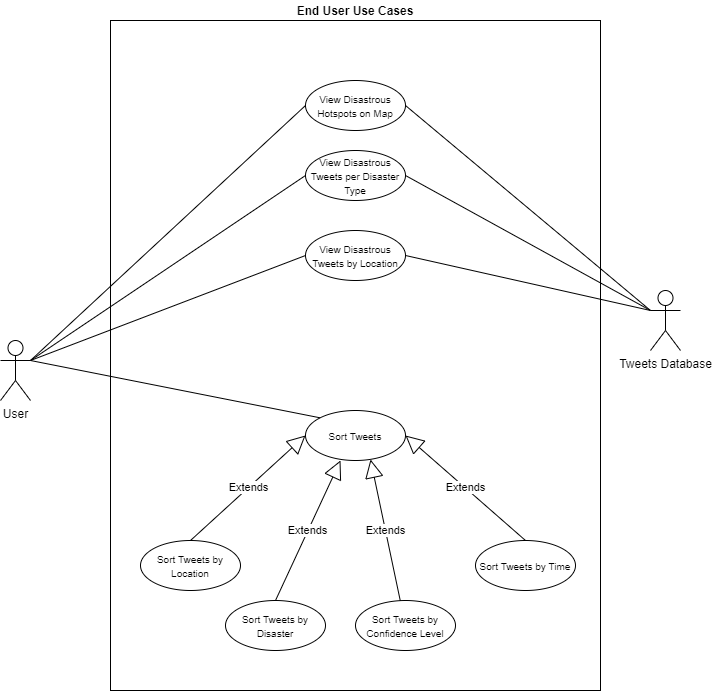
This is _media/usecases/enduser.png from Lassonde-Cardinals/dbuster-docs, a draw.io export, as it was before one commit. Source tidied: cells renumbered, new cells last; positions are measured from the earlier drawing's top-left corner, leaving out a move shared by most shapes.
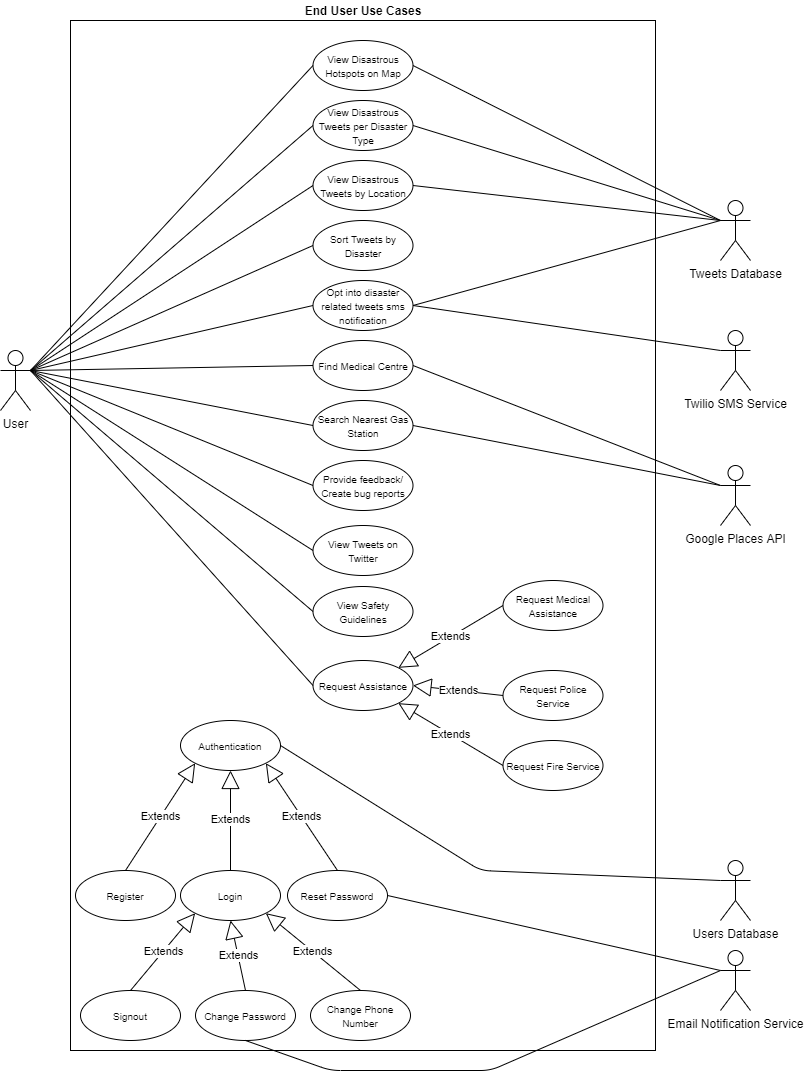
Above is the later version.

Commit message:
updated use case diagram

The edit, as a diff of the source:
```diff
@@ -3,73 +3,190 @@
     <mxCell id="0" />
     <mxCell id="1" parent="0" />
     <mxCell id="2" value="&lt;span style=&quot;color: rgba(0 , 0 , 0 , 0) ; font-family: monospace ; font-size: 0px&quot;&gt;%3CmxGraphModel%3E%3Croot%3E%3CmxCell%20id%3D%220%22%2F%3E%3CmxCell%20id%3D%221%22%20parent%3D%220%22%2F%3E%3CmxCell%20id%3D%222%22%20value%3D%22Actor%22%20style%3D%22shape%3DumlActor%3BverticalLabelPosition%3Dbottom%3BverticalAlign%3Dtop%3Bhtml%3D1%3B%22%20vertex%3D%221%22%20parent%3D%221%22%3E%3CmxGeometry%20x%3D%22-1180%22%20y%3D%22-227%22%20width%3D%2230%22%20height%3D%2260%22%20as%3D%22geometry%22%2F%3E%3C%2FmxCell%3E%3C%2Froot%3E%3C%2FmxGraphModel%3E&lt;/span&gt;" style="rounded=0;whiteSpace=wrap;html=1;" parent="1" vertex="1">
-      <mxGeometry x="110" y="20" width="490" height="670" as="geometry" />
+      <mxGeometry x="15" y="-140" width="585" height="1030" as="geometry" />
     </mxCell>
     <mxCell id="3" value="User" style="shape=umlActor;verticalLabelPosition=bottom;verticalAlign=top;html=1;" parent="1" vertex="1">
-      <mxGeometry y="340" width="30" height="60" as="geometry" />
+      <mxGeometry x="-55" y="190" width="30" height="60" as="geometry" />
     </mxCell>
     <mxCell id="4" value="&lt;span style=&quot;font-size: 10px&quot;&gt;View Disastrous Hotspots on Map&lt;/span&gt;" style="ellipse;whiteSpace=wrap;html=1;" parent="1" vertex="1">
-      <mxGeometry x="305" y="80" width="100" height="50" as="geometry" />
+      <mxGeometry x="257.5" y="-120" width="100" height="50" as="geometry" />
     </mxCell>
     <mxCell id="5" value="&lt;span style=&quot;font-size: 10px&quot;&gt;View Disastrous Tweets by Location&lt;/span&gt;" style="ellipse;whiteSpace=wrap;html=1;" parent="1" vertex="1">
-      <mxGeometry x="305" y="230" width="100" height="50" as="geometry" />
+      <mxGeometry x="257.5" width="100" height="50" as="geometry" />
     </mxCell>
     <mxCell id="6" value="Tweets Database" style="shape=umlActor;verticalLabelPosition=bottom;verticalAlign=top;html=1;" parent="1" vertex="1">
-      <mxGeometry x="650" y="290" width="30" height="60" as="geometry" />
+      <mxGeometry x="665" y="40" width="30" height="60" as="geometry" />
     </mxCell>
     <mxCell id="7" value="&lt;span style=&quot;font-size: 10px&quot;&gt;View Disastrous Tweets per Disaster Type&lt;/span&gt;" style="ellipse;whiteSpace=wrap;html=1;" parent="1" vertex="1">
-      <mxGeometry x="305" y="150" width="100" height="50" as="geometry" />
+      <mxGeometry x="257.5" y="-60" width="100" height="50" as="geometry" />
     </mxCell>
-    <mxCell id="8" value="&lt;span style=&quot;font-size: 10px&quot;&gt;Sort Tweets&lt;/span&gt;" style="ellipse;whiteSpace=wrap;html=1;" parent="1" vertex="1">
-      <mxGeometry x="305" y="410" width="100" height="50" as="geometry" />
+    <mxCell id="8" value="&lt;span style=&quot;font-size: 10px&quot;&gt;Sort Tweets by Disaster&lt;/span&gt;" style="ellipse;whiteSpace=wrap;html=1;" parent="1" vertex="1">
+      <mxGeometry x="257.5" y="60" width="100" height="50" as="geometry" />
     </mxCell>
-    <mxCell id="9" value="&lt;span style=&quot;font-size: 10px&quot;&gt;Sort Tweets by Location&lt;/span&gt;" style="ellipse;whiteSpace=wrap;html=1;" parent="1" vertex="1">
-      <mxGeometry x="140" y="540" width="100" height="50" as="geometry" />
+    <mxCell id="9" style="endArrow=none;html=1;exitX=1;exitY=0.3333333333333333;exitDx=0;exitDy=0;exitPerimeter=0;entryX=0;entryY=0.5;entryDx=0;entryDy=0;" parent="1" edge="1" source="3" target="8">
+      <mxGeometry relative="1" as="geometry" />
     </mxCell>
-    <mxCell id="10" value="&lt;span style=&quot;font-size: 10px&quot;&gt;Sort Tweets by Confidence Level&lt;/span&gt;" style="ellipse;whiteSpace=wrap;html=1;" parent="1" vertex="1">
-      <mxGeometry x="355" y="600" width="100" height="50" as="geometry" />
+    <mxCell id="10" style="endArrow=none;html=1;exitX=1;exitY=0.3333333333333333;exitDx=0;exitDy=0;exitPerimeter=0;entryX=0;entryY=0.5;entryDx=0;entryDy=0;" parent="1" edge="1" source="3" target="7">
+      <mxGeometry relative="1" as="geometry" />
     </mxCell>
-    <mxCell id="11" value="&lt;span style=&quot;font-size: 10px&quot;&gt;Sort Tweets by Disaster&lt;/span&gt;" style="ellipse;whiteSpace=wrap;html=1;" parent="1" vertex="1">
-      <mxGeometry x="225" y="600" width="100" height="50" as="geometry" />
+    <mxCell id="11" style="endArrow=none;html=1;exitX=1;exitY=0.3333333333333333;exitDx=0;exitDy=0;exitPerimeter=0;entryX=0;entryY=0.5;entryDx=0;entryDy=0;" parent="1" edge="1" source="3" target="4">
+      <mxGeometry relative="1" as="geometry" />
     </mxCell>
-    <mxCell id="12" value="&lt;span style=&quot;font-size: 10px&quot;&gt;Sort Tweets by Time&lt;/span&gt;" style="ellipse;whiteSpace=wrap;html=1;" parent="1" vertex="1">
-      <mxGeometry x="475" y="540" width="100" height="50" as="geometry" />
+    <mxCell id="12" style="endArrow=none;html=1;exitX=1;exitY=0.3333333333333333;exitDx=0;exitDy=0;exitPerimeter=0;entryX=0;entryY=0.5;entryDx=0;entryDy=0;" parent="1" edge="1" source="3" target="5">
+      <mxGeometry relative="1" as="geometry" />
     </mxCell>
-    <mxCell id="13" style="endArrow=none;html=1;exitX=1;exitY=0.3333333333333333;exitDx=0;exitDy=0;exitPerimeter=0;entryX=0;entryY=0;entryDx=0;entryDy=0;" parent="1" edge="1" source="3" target="8">
+    <mxCell id="13" style="endArrow=none;html=1;exitX=1;exitY=0.5;exitDx=0;exitDy=0;entryX=0;entryY=0.3333333333333333;entryDx=0;entryDy=0;entryPerimeter=0;" parent="1" edge="1" source="4" target="6">
       <mxGeometry relative="1" as="geometry" />
     </mxCell>
-    <mxCell id="14" value="Extends" style="endArrow=block;endSize=16;endFill=0;html=1;exitX=0.5;exitY=0;exitDx=0;exitDy=0;entryX=0;entryY=0.5;entryDx=0;entryDy=0;" parent="1" edge="1" source="9" target="8">
+    <mxCell id="14" style="endArrow=none;html=1;exitX=1;exitY=0.5;exitDx=0;exitDy=0;entryX=0;entryY=0.3333333333333333;entryDx=0;entryDy=0;entryPerimeter=0;" parent="1" edge="1" source="7" target="6">
       <mxGeometry relative="1" as="geometry" />
     </mxCell>
-    <mxCell id="15" value="Extends" style="endArrow=block;endSize=16;endFill=0;html=1;exitX=0.5;exitY=0;exitDx=0;exitDy=0;entryX=0.35;entryY=1;entryDx=0;entryDy=0;entryPerimeter=0;" parent="1" edge="1" source="11" target="8">
+    <mxCell id="15" style="endArrow=none;html=1;exitX=1;exitY=0.5;exitDx=0;exitDy=0;entryX=0;entryY=0.3333333333333333;entryDx=0;entryDy=0;entryPerimeter=0;" parent="1" edge="1" source="5" target="6">
       <mxGeometry relative="1" as="geometry" />
     </mxCell>
-    <mxCell id="16" value="Extends" style="endArrow=block;endSize=16;endFill=0;html=1;entryX=0.65;entryY=0.98;entryDx=0;entryDy=0;entryPerimeter=0;" parent="1" edge="1" source="10" target="8">
-      <mxGeometry relative="1" as="geometry" />
+    <mxCell id="16" value="&lt;b&gt;End User Use Cases&lt;/b&gt;" style="text;html=1;strokeColor=none;fillColor=none;align=center;verticalAlign=middle;whiteSpace=wrap;rounded=0;" parent="1" vertex="1">
+      <mxGeometry x="67.5" y="-160" width="480" height="20" as="geometry" />
     </mxCell>
-    <mxCell id="17" value="Extends" style="endArrow=block;endSize=16;endFill=0;html=1;exitX=0.5;exitY=0;exitDx=0;exitDy=0;entryX=1;entryY=0.5;entryDx=0;entryDy=0;" parent="1" edge="1" source="12" target="8">
-      <mxGeometry relative="1" as="geometry" />
+    <mxCell id="17" value="&lt;span style=&quot;font-size: 10px&quot;&gt;Login&lt;/span&gt;" style="ellipse;whiteSpace=wrap;html=1;" parent="1" vertex="1">
+      <mxGeometry x="125" y="710" width="100" height="50" as="geometry" />
     </mxCell>
-    <mxCell id="18" style="endArrow=none;html=1;exitX=1;exitY=0.3333333333333333;exitDx=0;exitDy=0;exitPerimeter=0;entryX=0;entryY=0.5;entryDx=0;entryDy=0;" parent="1" edge="1" source="3" target="7">
-      <mxGeometry relative="1" as="geometry" />
+    <mxCell id="18" value="&lt;span style=&quot;font-size: 10px&quot;&gt;Register&lt;/span&gt;" style="ellipse;whiteSpace=wrap;html=1;" parent="1" vertex="1">
+      <mxGeometry x="20" y="710" width="100" height="50" as="geometry" />
     </mxCell>
-    <mxCell id="19" style="endArrow=none;html=1;exitX=1;exitY=0.3333333333333333;exitDx=0;exitDy=0;exitPerimeter=0;entryX=0;entryY=0.5;entryDx=0;entryDy=0;" parent="1" edge="1" source="3" target="4">
-      <mxGeometry relative="1" as="geometry" />
+    <mxCell id="19" value="&lt;span style=&quot;font-size: 10px&quot;&gt;Signout&lt;/span&gt;" style="ellipse;whiteSpace=wrap;html=1;" parent="1" vertex="1">
+      <mxGeometry x="25" y="830" width="100" height="50" as="geometry" />
     </mxCell>
-    <mxCell id="20" style="endArrow=none;html=1;exitX=1;exitY=0.3333333333333333;exitDx=0;exitDy=0;exitPerimeter=0;entryX=0;entryY=0.5;entryDx=0;entryDy=0;" parent="1" edge="1" source="3" target="5">
-      <mxGeometry relative="1" as="geometry" />
+    <mxCell id="20" value="&lt;span style=&quot;font-size: 10px&quot;&gt;Authentication&lt;/span&gt;" style="ellipse;whiteSpace=wrap;html=1;" parent="1" vertex="1">
+      <mxGeometry x="125" y="560" width="100" height="50" as="geometry" />
     </mxCell>
-    <mxCell id="21" style="endArrow=none;html=1;exitX=1;exitY=0.5;exitDx=0;exitDy=0;entryX=0;entryY=0.3333333333333333;entryDx=0;entryDy=0;entryPerimeter=0;" parent="1" edge="1" source="4" target="6">
-      <mxGeometry relative="1" as="geometry" />
+    <mxCell id="21" value="&lt;span style=&quot;font-size: 10px&quot;&gt;Change Password&lt;/span&gt;" style="ellipse;whiteSpace=wrap;html=1;" parent="1" vertex="1">
+      <mxGeometry x="140" y="830" width="100" height="50" as="geometry" />
     </mxCell>
-    <mxCell id="22" style="endArrow=none;html=1;exitX=1;exitY=0.5;exitDx=0;exitDy=0;entryX=0;entryY=0.3333333333333333;entryDx=0;entryDy=0;entryPerimeter=0;" parent="1" edge="1" source="7" target="6">
-      <mxGeometry relative="1" as="geometry" />
+    <mxCell id="22" value="&lt;span style=&quot;font-size: 10px&quot;&gt;Reset Password&lt;/span&gt;" style="ellipse;whiteSpace=wrap;html=1;" parent="1" vertex="1">
+      <mxGeometry x="232" y="710" width="100" height="50" as="geometry" />
     </mxCell>
-    <mxCell id="23" style="endArrow=none;html=1;exitX=1;exitY=0.5;exitDx=0;exitDy=0;entryX=0;entryY=0.3333333333333333;entryDx=0;entryDy=0;entryPerimeter=0;" parent="1" edge="1" source="5" target="6">
-      <mxGeometry relative="1" as="geometry" />
+    <mxCell id="23" value="&lt;span style=&quot;font-size: 10px&quot;&gt;Change Phone Number&lt;/span&gt;" style="ellipse;whiteSpace=wrap;html=1;" parent="1" vertex="1">
+      <mxGeometry x="255" y="830" width="100" height="50" as="geometry" />
     </mxCell>
-    <mxCell id="24" value="&lt;b&gt;End User Use Cases&lt;/b&gt;" style="text;html=1;strokeColor=none;fillColor=none;align=center;verticalAlign=middle;whiteSpace=wrap;rounded=0;" parent="1" vertex="1">
-      <mxGeometry x="115" width="480" height="20" as="geometry" />
+    <mxCell id="24" value="Extends" style="endArrow=block;endSize=16;endFill=0;html=1;exitX=0.5;exitY=0;exitDx=0;exitDy=0;entryX=0.5;entryY=1;entryDx=0;entryDy=0;" parent="1" edge="1" source="17" target="20">
+      <mxGeometry relative="1" as="geometry" />
     </mxCell>
+    <mxCell id="25" value="Extends" style="endArrow=block;endSize=16;endFill=0;html=1;exitX=0.5;exitY=0;exitDx=0;exitDy=0;entryX=0;entryY=1;entryDx=0;entryDy=0;" parent="1" edge="1" source="18" target="20">
+      <mxGeometry relative="1" as="geometry" />
+    </mxCell>
+    <mxCell id="26" value="Extends" style="endArrow=block;endSize=16;endFill=0;html=1;exitX=0.5;exitY=0;exitDx=0;exitDy=0;entryX=1;entryY=1;entryDx=0;entryDy=0;" parent="1" edge="1" source="22" target="20">
+      <mxGeometry relative="1" as="geometry" />
+    </mxCell>
+    <mxCell id="27" value="Extends" style="endArrow=block;endSize=16;endFill=0;html=1;exitX=0.5;exitY=0;exitDx=0;exitDy=0;entryX=0;entryY=1;entryDx=0;entryDy=0;" parent="1" edge="1" source="19" target="17">
+      <mxGeometry relative="1" as="geometry" />
+    </mxCell>
+    <mxCell id="28" value="Extends" style="endArrow=block;endSize=16;endFill=0;html=1;exitX=0.5;exitY=0;exitDx=0;exitDy=0;entryX=1;entryY=1;entryDx=0;entryDy=0;" parent="1" edge="1" source="23" target="17">
+      <mxGeometry relative="1" as="geometry" />
+    </mxCell>
+    <mxCell id="29" value="Extends" style="endArrow=block;endSize=16;endFill=0;html=1;exitX=0.5;exitY=0;exitDx=0;exitDy=0;entryX=0.5;entryY=1;entryDx=0;entryDy=0;" parent="1" edge="1" source="21" target="17">
+      <mxGeometry relative="1" as="geometry" />
+    </mxCell>
+    <mxCell id="30" value="Users Database" style="shape=umlActor;verticalLabelPosition=bottom;verticalAlign=top;html=1;" parent="1" vertex="1">
+      <mxGeometry x="665" y="700" width="30" height="60" as="geometry" />
+    </mxCell>
+    <mxCell id="31" style="endArrow=none;html=1;exitX=1;exitY=0.5;exitDx=0;exitDy=0;entryX=0;entryY=0.3333333333333333;entryDx=0;entryDy=0;entryPerimeter=0;" parent="1" edge="1" source="20" target="30">
+      <mxGeometry relative="1" as="geometry">
+        <Array as="points">
+          <mxPoint x="425" y="710" />
+        </Array>
+      </mxGeometry>
+    </mxCell>
+    <mxCell id="32" value="&lt;span style=&quot;font-size: 10px&quot;&gt;View Tweets on Twitter&lt;/span&gt;" style="ellipse;whiteSpace=wrap;html=1;" parent="1" vertex="1">
+      <mxGeometry x="257.5" y="365" width="100" height="50" as="geometry" />
+    </mxCell>
+    <mxCell id="33" value="&lt;span style=&quot;font-size: 10px&quot;&gt;View Safety Guidelines&lt;/span&gt;" style="ellipse;whiteSpace=wrap;html=1;" parent="1" vertex="1">
+      <mxGeometry x="257.5" y="426" width="100" height="50" as="geometry" />
+    </mxCell>
+    <mxCell id="34" value="&lt;span style=&quot;font-size: 10px&quot;&gt;Search Nearest Gas Station&lt;/span&gt;" style="ellipse;whiteSpace=wrap;html=1;" parent="1" vertex="1">
+      <mxGeometry x="257.5" y="240" width="100" height="50" as="geometry" />
+    </mxCell>
+    <mxCell id="35" value="&lt;span style=&quot;font-size: 10px&quot;&gt;Find Medical Centre&lt;/span&gt;" style="ellipse;whiteSpace=wrap;html=1;" parent="1" vertex="1">
+      <mxGeometry x="257.5" y="180" width="100" height="50" as="geometry" />
+    </mxCell>
+    <mxCell id="36" value="Google Places API" style="shape=umlActor;verticalLabelPosition=bottom;verticalAlign=top;html=1;" parent="1" vertex="1">
+      <mxGeometry x="665" y="305" width="30" height="60" as="geometry" />
+    </mxCell>
+    <mxCell id="37" value="&lt;span style=&quot;font-size: 10px&quot;&gt;Provide feedback/ Create bug reports&lt;/span&gt;" style="ellipse;whiteSpace=wrap;html=1;" parent="1" vertex="1">
+      <mxGeometry x="257.5" y="300" width="100" height="50" as="geometry" />
+    </mxCell>
+    <mxCell id="38" style="endArrow=none;html=1;exitX=1;exitY=0.5;exitDx=0;exitDy=0;entryX=0;entryY=0.3333333333333333;entryDx=0;entryDy=0;entryPerimeter=0;" parent="1" edge="1" source="34" target="36">
+      <mxGeometry relative="1" as="geometry" />
+    </mxCell>
+    <mxCell id="39" style="endArrow=none;html=1;exitX=1;exitY=0.5;exitDx=0;exitDy=0;entryX=0;entryY=0.3333333333333333;entryDx=0;entryDy=0;entryPerimeter=0;" parent="1" edge="1" source="35" target="36">
+      <mxGeometry relative="1" as="geometry" />
+    </mxCell>
+    <mxCell id="40" style="endArrow=none;html=1;exitX=1;exitY=0.3333333333333333;exitDx=0;exitDy=0;exitPerimeter=0;entryX=0;entryY=0.5;entryDx=0;entryDy=0;" parent="1" edge="1" source="3" target="34">
+      <mxGeometry relative="1" as="geometry" />
+    </mxCell>
+    <mxCell id="41" style="endArrow=none;html=1;exitX=1;exitY=0.3333333333333333;exitDx=0;exitDy=0;exitPerimeter=0;entryX=0;entryY=0.5;entryDx=0;entryDy=0;" parent="1" edge="1" source="3" target="35">
+      <mxGeometry relative="1" as="geometry" />
+    </mxCell>
+    <mxCell id="42" style="endArrow=none;html=1;exitX=1;exitY=0.3333333333333333;exitDx=0;exitDy=0;exitPerimeter=0;entryX=0;entryY=0.5;entryDx=0;entryDy=0;" parent="1" edge="1" source="3" target="37">
+      <mxGeometry relative="1" as="geometry" />
+    </mxCell>
+    <mxCell id="43" style="endArrow=none;html=1;exitX=1;exitY=0.3333333333333333;exitDx=0;exitDy=0;exitPerimeter=0;entryX=0;entryY=0.5;entryDx=0;entryDy=0;" parent="1" edge="1" source="3" target="32">
+      <mxGeometry relative="1" as="geometry" />
+    </mxCell>
+    <mxCell id="44" style="endArrow=none;html=1;exitX=1;exitY=0.3333333333333333;exitDx=0;exitDy=0;exitPerimeter=0;entryX=0;entryY=0.5;entryDx=0;entryDy=0;" parent="1" edge="1" source="3" target="33">
+      <mxGeometry relative="1" as="geometry" />
+    </mxCell>
+    <mxCell id="45" value="&lt;span style=&quot;font-size: 10px&quot;&gt;Opt into disaster related tweets sms notification&lt;/span&gt;" style="ellipse;whiteSpace=wrap;html=1;" parent="1" vertex="1">
+      <mxGeometry x="257.5" y="120" width="100" height="50" as="geometry" />
+    </mxCell>
+    <mxCell id="46" value="Twilio SMS Service" style="shape=umlActor;verticalLabelPosition=bottom;verticalAlign=top;html=1;" parent="1" vertex="1">
+      <mxGeometry x="665" y="170" width="30" height="60" as="geometry" />
+    </mxCell>
+    <mxCell id="47" style="endArrow=none;html=1;exitX=1;exitY=0.3333333333333333;exitDx=0;exitDy=0;exitPerimeter=0;entryX=0;entryY=0.5;entryDx=0;entryDy=0;" parent="1" edge="1" source="3" target="45">
+      <mxGeometry relative="1" as="geometry" />
+    </mxCell>
+    <mxCell id="48" style="endArrow=none;html=1;exitX=1;exitY=0.5;exitDx=0;exitDy=0;entryX=0;entryY=0.3333333333333333;entryDx=0;entryDy=0;entryPerimeter=0;" parent="1" edge="1" source="45" target="6">
+      <mxGeometry relative="1" as="geometry" />
+    </mxCell>
+    <mxCell id="49" style="endArrow=none;html=1;exitX=1;exitY=0.5;exitDx=0;exitDy=0;entryX=0;entryY=0.3333333333333333;entryDx=0;entryDy=0;entryPerimeter=0;" parent="1" edge="1" source="45" target="46">
+      <mxGeometry relative="1" as="geometry" />
+    </mxCell>
+    <mxCell id="50" value="Email Notification Service" style="shape=umlActor;verticalLabelPosition=bottom;verticalAlign=top;html=1;" parent="1" vertex="1">
+      <mxGeometry x="665" y="790" width="30" height="60" as="geometry" />
+    </mxCell>
+    <mxCell id="51" style="endArrow=none;html=1;exitX=1;exitY=0.5;exitDx=0;exitDy=0;entryX=0;entryY=0.3333333333333333;entryDx=0;entryDy=0;entryPerimeter=0;" parent="1" edge="1" source="22" target="50">
+      <mxGeometry relative="1" as="geometry" />
+    </mxCell>
+    <mxCell id="52" style="endArrow=none;html=1;exitX=0.5;exitY=1;exitDx=0;exitDy=0;entryX=0;entryY=0.3333333333333333;entryDx=0;entryDy=0;entryPerimeter=0;" parent="1" edge="1" source="21" target="50">
+      <mxGeometry relative="1" as="geometry">
+        <Array as="points">
+          <mxPoint x="275" y="910" />
+          <mxPoint x="435" y="910" />
+        </Array>
+      </mxGeometry>
+    </mxCell>
+    <mxCell id="53" value="&lt;span style=&quot;font-size: 10px&quot;&gt;Request Assistance&lt;/span&gt;" style="ellipse;whiteSpace=wrap;html=1;" parent="1" vertex="1">
+      <mxGeometry x="257.5" y="500" width="100" height="50" as="geometry" />
+    </mxCell>
+    <mxCell id="54" value="&lt;span style=&quot;font-size: 10px&quot;&gt;Request Medical Assistance&lt;/span&gt;" style="ellipse;whiteSpace=wrap;html=1;" parent="1" vertex="1">
+      <mxGeometry x="447.5" y="420" width="100" height="50" as="geometry" />
+    </mxCell>
+    <mxCell id="55" value="&lt;span style=&quot;font-size: 10px&quot;&gt;Request Police Service&lt;/span&gt;" style="ellipse;whiteSpace=wrap;html=1;" parent="1" vertex="1">
+      <mxGeometry x="447.5" y="510" width="100" height="50" as="geometry" />
+    </mxCell>
+    <mxCell id="56" value="&lt;span style=&quot;font-size: 10px&quot;&gt;Request Fire Service&lt;/span&gt;" style="ellipse;whiteSpace=wrap;html=1;" parent="1" vertex="1">
+      <mxGeometry x="447.5" y="580" width="100" height="50" as="geometry" />
+    </mxCell>
+    <mxCell id="57" value="Extends" style="endArrow=block;endSize=16;endFill=0;html=1;exitX=0;exitY=0.5;exitDx=0;exitDy=0;entryX=1;entryY=0;entryDx=0;entryDy=0;" parent="1" edge="1" source="54" target="53">
+      <mxGeometry relative="1" as="geometry" />
+    </mxCell>
+    <mxCell id="58" value="Extends" style="endArrow=block;endSize=16;endFill=0;html=1;exitX=0;exitY=0.5;exitDx=0;exitDy=0;entryX=1;entryY=0.5;entryDx=0;entryDy=0;" parent="1" edge="1" source="55" target="53">
+      <mxGeometry relative="1" as="geometry" />
+    </mxCell>
+    <mxCell id="59" value="Extends" style="endArrow=block;endSize=16;endFill=0;html=1;exitX=0;exitY=0.5;exitDx=0;exitDy=0;entryX=1;entryY=1;entryDx=0;entryDy=0;" parent="1" edge="1" source="56" target="53">
+      <mxGeometry relative="1" as="geometry" />
+    </mxCell>
+    <mxCell id="60" style="endArrow=none;html=1;exitX=1;exitY=0.3333333333333333;exitDx=0;exitDy=0;exitPerimeter=0;entryX=0;entryY=0.5;entryDx=0;entryDy=0;" parent="1" edge="1" source="3" target="53">
+      <mxGeometry relative="1" as="geometry" />
+    </mxCell>
   </root>
 </mxGraphModel>
```
